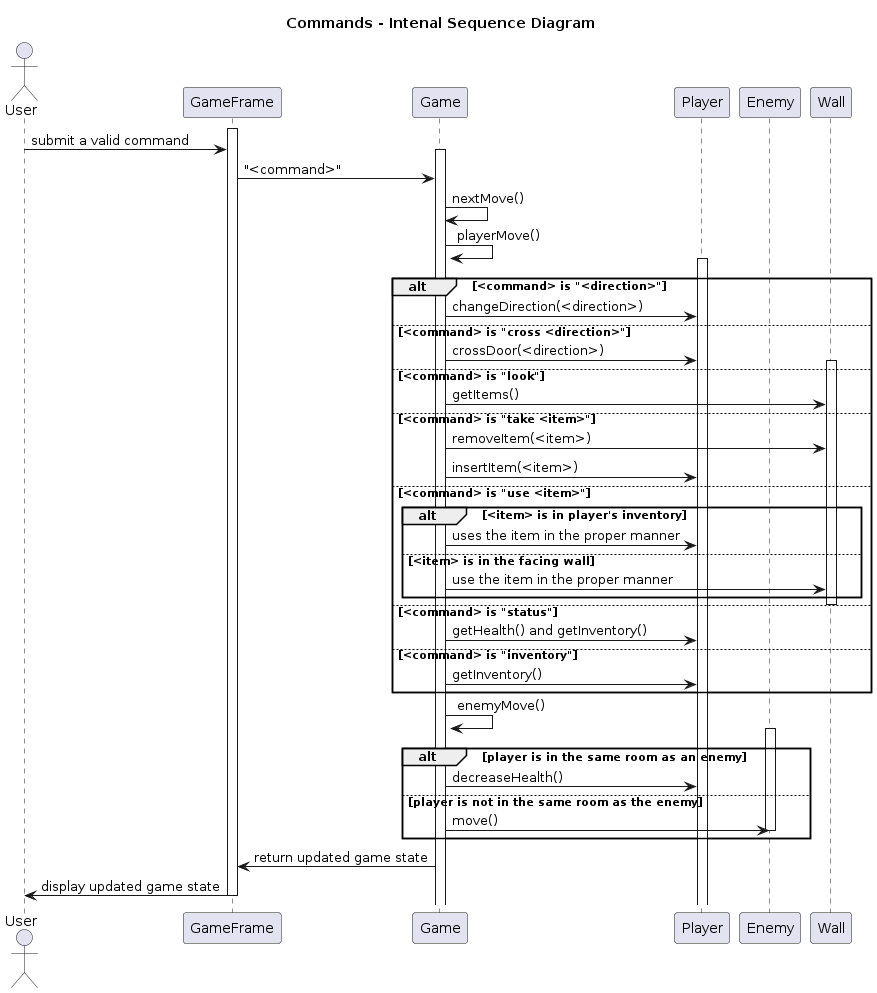
Before: docs/uml/CommandInternalSequenceDiagram.png, a diagram exported from PlantUML (nardib/TextAdventure).
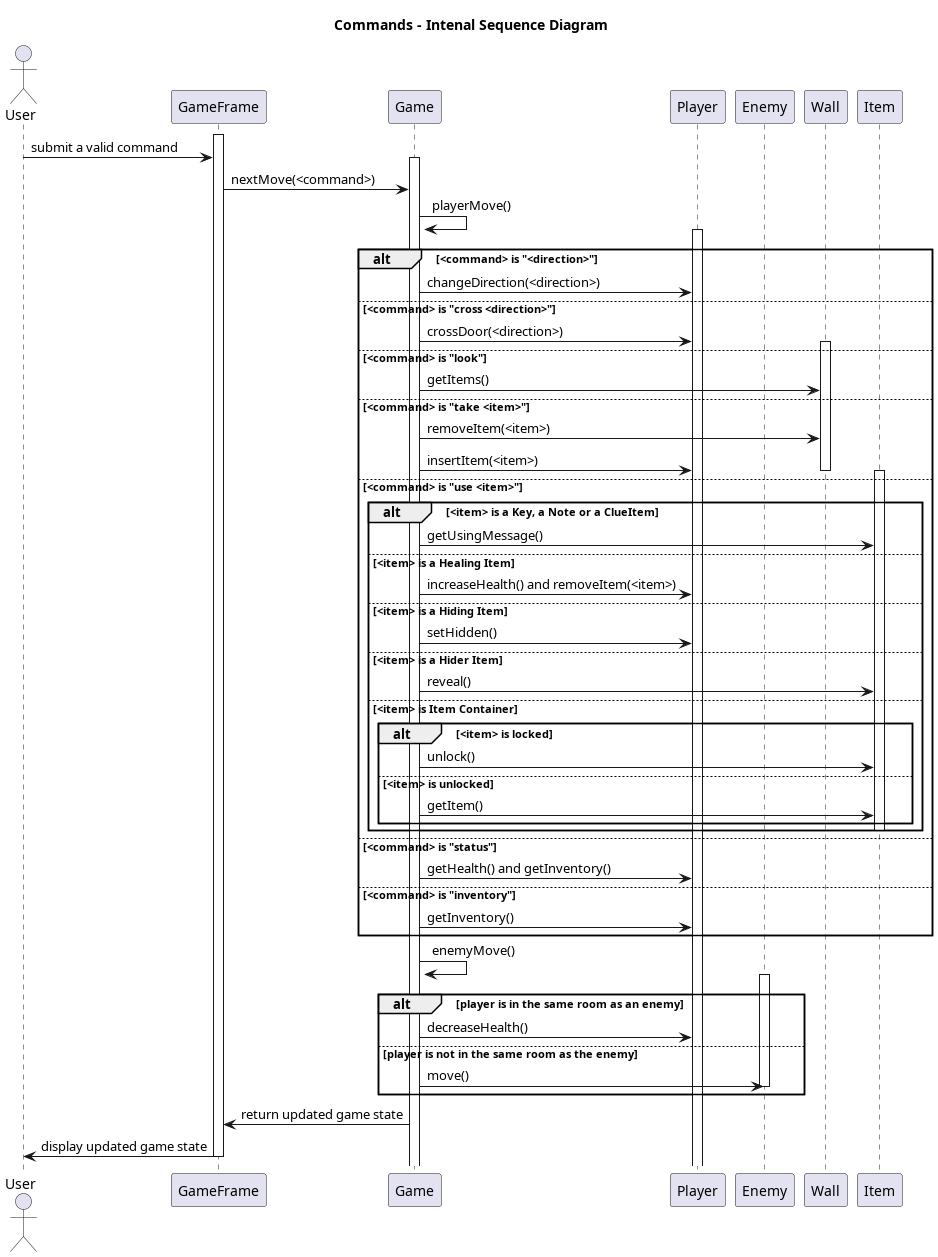
Above is the later version.

The edit, as a diff of the source:
```diff
@@ -1,4 +1,5 @@
-@startuml
+@startuml Command Internal Sequence Diagram
+
 title Commands - Intenal Sequence Diagram
 
 actor User
@@ -7,14 +8,14 @@
 participant Player
 participant Enemy
 participant Wall
+participant Item
 
 activate GameFrame
 User -> GameFrame : submit a valid command
 
 activate Game
-GameFrame -> Game : "<command>"
+GameFrame -> Game : nextMove(<command>)
 
-Game -> Game : nextMove()
 Game -> Game : playerMove()
 
 activate Player
@@ -28,13 +29,25 @@
 else <command> is "take <item>"
     Game -> Wall : removeItem(<item>)
     Game -> Player : insertItem(<item>)
+deactivate Wall
 else <command> is "use <item>"
-    alt <item> is in player's inventory
-        Game -> Player : uses the item in the proper manner
-    else <item> is in the facing wall
-        Game -> Wall : use the item in the proper manner
+    activate Item
+    alt <item> is a Key, a Note or a ClueItem
+        Game -> Item : getUsingMessage()
+    else <item> is a Healing Item
+        Game -> Player : increaseHealth() and removeItem(<item>)
+    else <item> is a Hiding Item
+        Game -> Player : setHidden()
+    else <item> is a Hider Item
+        Game -> Item : reveal()
+    else <item> is Item Container
+        alt <item> is locked
+            Game -> Item : unlock()
+        else <item> is unlocked
+            Game -> Item : getItem()
+        end
+    deactivate Item
     end
-    deactivate Wall
 else <command> is "status"
     Game -> Player : getHealth() and getInventory()
 else <command> is "inventory"
@@ -54,4 +67,5 @@
 GameFrame -> User : display updated game state
 
 deactivate GameFrame
+
 @enduml
```
